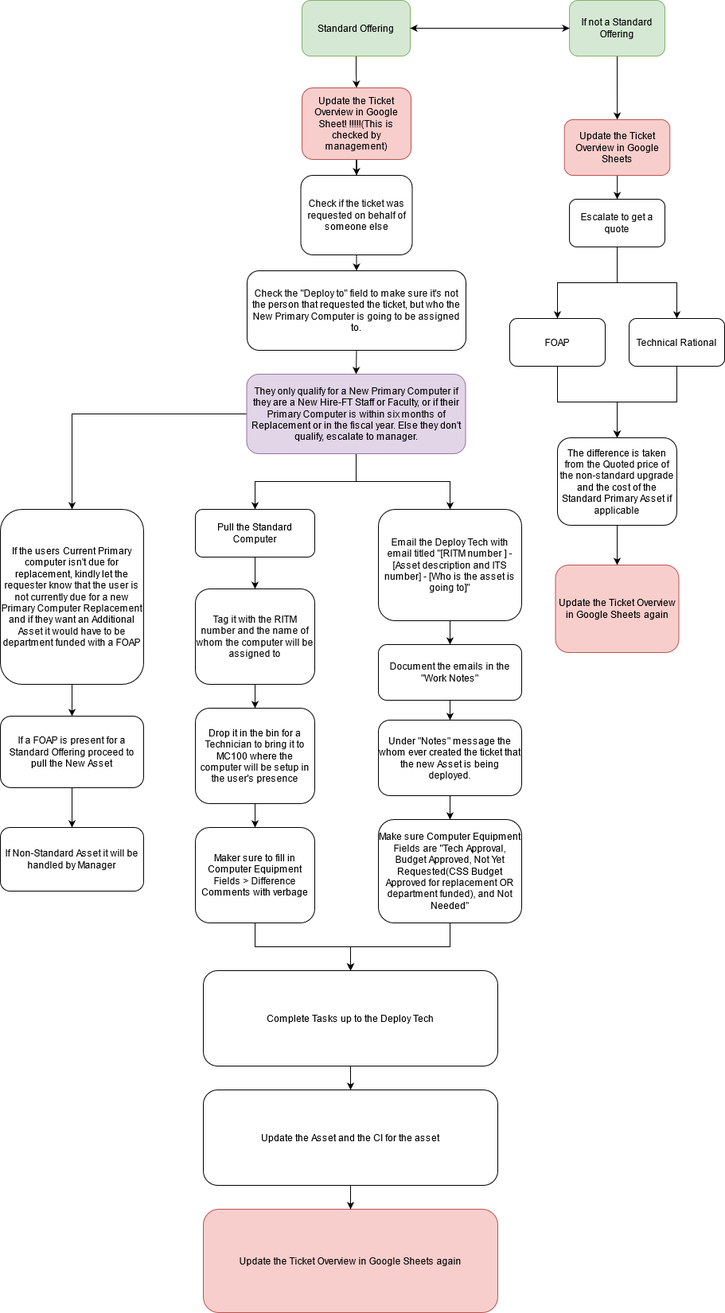
KevinWongCS/USFUSF keeps this draw.io diagram as Untitled Diagram.drawio.png. Above is the earlier version. Source tidied: cells renumbered, new cells last; positions are measured from the earlier drawing's top-left corner, leaving out a move shared by most shapes.
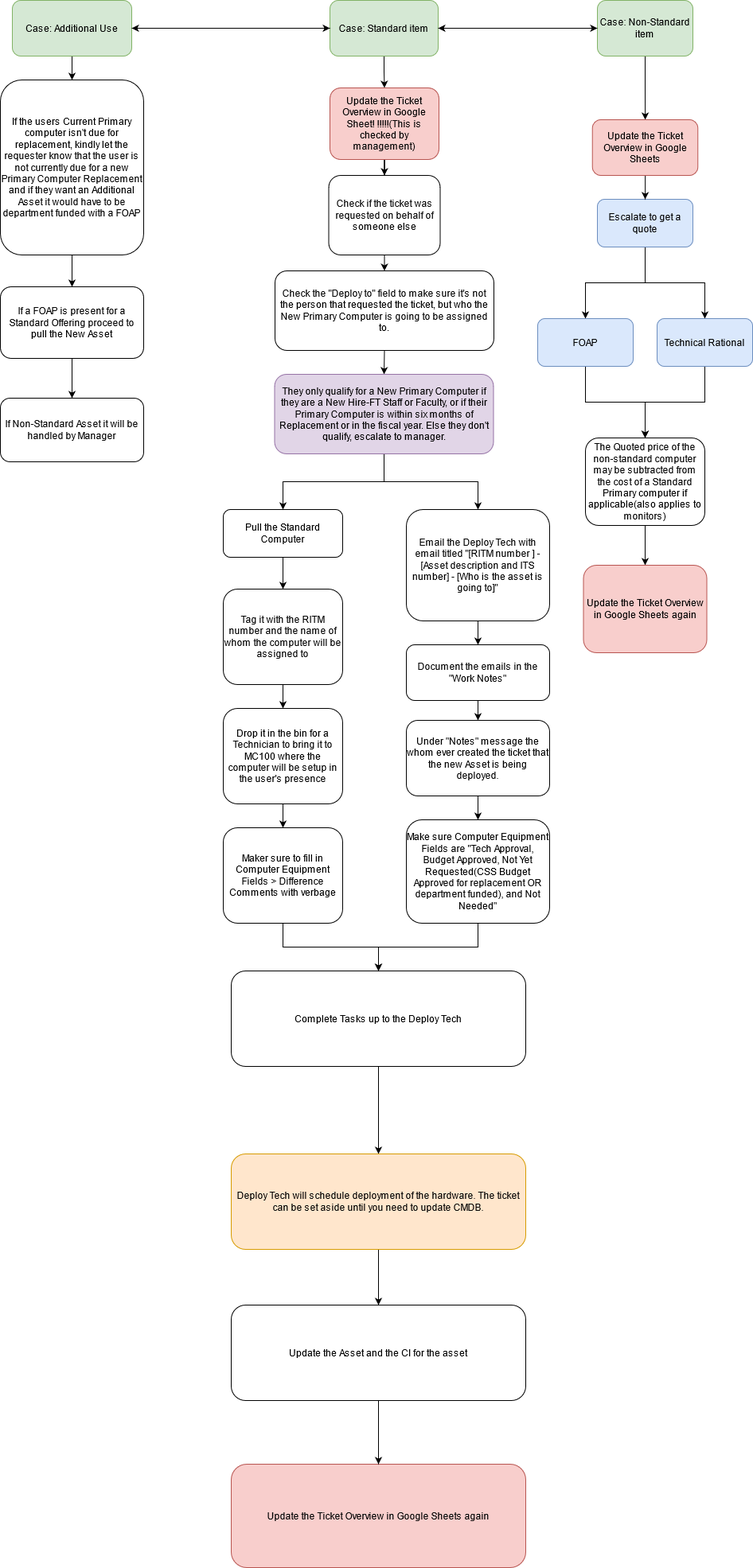
After the commit.

Change to the diagram source:
```diff
@@ -5,7 +5,7 @@
     <mxCell id="2" style="edgeStyle=orthogonalEdgeStyle;rounded=0;jettySize=auto;html=1;" parent="1" edge="1" source="3" target="13">
       <mxGeometry relative="1" as="geometry" />
     </mxCell>
-    <mxCell id="3" value="Standard Offering" style="rounded=1;whiteSpace=wrap;html=1;fillColor=#d5e8d4;strokeColor=#82b366;" parent="1" vertex="1">
+    <mxCell id="3" value="Case: Standard item" style="rounded=1;whiteSpace=wrap;html=1;fillColor=#d5e8d4;strokeColor=#82b366;" parent="1" vertex="1">
       <mxGeometry x="379" width="136" height="70" as="geometry" />
     </mxCell>
     <mxCell id="4" style="edgeStyle=orthogonalEdgeStyle;rounded=0;jettySize=auto;html=1;exitX=0.5;exitY=1;exitDx=0;exitDy=0;entryX=0.5;entryY=0;entryDx=0;entryDy=0;" parent="1" edge="1" target="7">
@@ -40,7 +40,7 @@
     <mxCell id="13" value="Update the Ticket Overview in Google Sheet! !!!!!(This is checked by management)" style="rounded=1;whiteSpace=wrap;html=1;fillColor=#f8cecc;strokeColor=#b85450;" parent="1" vertex="1">
       <mxGeometry x="379" y="110" width="137" height="90" as="geometry" />
     </mxCell>
-    <mxCell id="14" style="edgeStyle=orthogonalEdgeStyle;rounded=0;jettySize=auto;html=1;entryX=0.5;entryY=0;entryDx=0;entryDy=0;" parent="1" edge="1" source="17" target="21">
+    <mxCell id="14" style="edgeStyle=orthogonalEdgeStyle;rounded=0;jettySize=auto;html=1;entryX=0.5;entryY=0;entryDx=0;entryDy=0;startArrow=none;" parent="1" edge="1" source="56" target="21">
       <mxGeometry relative="1" as="geometry" />
     </mxCell>
     <mxCell id="15" style="edgeStyle=orthogonalEdgeStyle;rounded=0;jettySize=auto;html=1;entryX=0.5;entryY=0;entryDx=0;entryDy=0;" parent="1" edge="1" source="17" target="9">
@@ -62,7 +62,7 @@
       <mxGeometry relative="1" as="geometry" />
     </mxCell>
     <mxCell id="21" value="If the users Current Primary computer isn't due for replacement, kindly let the requester know that the user is not currently due for a new Primary Computer Replacement and if they want an Additional Asset it would have to be department funded with a FOAP" style="rounded=1;whiteSpace=wrap;html=1;" parent="1" vertex="1">
-      <mxGeometry y="640" width="180" height="220" as="geometry" />
+      <mxGeometry x="-35" y="100" width="180" height="220" as="geometry" />
     </mxCell>
     <mxCell id="22" style="edgeStyle=orthogonalEdgeStyle;rounded=0;jettySize=auto;html=1;" parent="1" edge="1" source="23" target="25">
       <mxGeometry relative="1" as="geometry" />
@@ -82,31 +82,31 @@
     <mxCell id="27" style="edgeStyle=orthogonalEdgeStyle;rounded=0;jettySize=auto;html=1;entryX=0.5;entryY=0;entryDx=0;entryDy=0;" parent="1" edge="1" source="28" target="32">
       <mxGeometry relative="1" as="geometry" />
     </mxCell>
-    <mxCell id="28" value="Escalate to get a quote" style="rounded=1;whiteSpace=wrap;html=1;" parent="1" vertex="1">
+    <mxCell id="28" value="Escalate to get a quote" style="rounded=1;whiteSpace=wrap;html=1;fillColor=#dae8fc;strokeColor=#6c8ebf;" parent="1" vertex="1">
       <mxGeometry x="715" y="250" width="120" height="60" as="geometry" />
     </mxCell>
     <mxCell id="29" style="edgeStyle=orthogonalEdgeStyle;rounded=0;jettySize=auto;html=1;" parent="1" edge="1" source="30" target="34">
       <mxGeometry relative="1" as="geometry" />
     </mxCell>
-    <mxCell id="30" value="FOAP" style="rounded=1;whiteSpace=wrap;html=1;" parent="1" vertex="1">
+    <mxCell id="30" value="FOAP" style="rounded=1;whiteSpace=wrap;html=1;fillColor=#dae8fc;strokeColor=#6c8ebf;" parent="1" vertex="1">
       <mxGeometry x="640" y="400" width="120" height="60" as="geometry" />
     </mxCell>
     <mxCell id="31" style="edgeStyle=orthogonalEdgeStyle;rounded=0;jettySize=auto;html=1;entryX=0.5;entryY=0;entryDx=0;entryDy=0;" parent="1" edge="1" source="32" target="34">
       <mxGeometry relative="1" as="geometry" />
     </mxCell>
-    <mxCell id="32" value="Technical Rational" style="rounded=1;whiteSpace=wrap;html=1;" parent="1" vertex="1">
+    <mxCell id="32" value="Technical Rational" style="rounded=1;whiteSpace=wrap;html=1;fillColor=#dae8fc;strokeColor=#6c8ebf;" parent="1" vertex="1">
       <mxGeometry x="790" y="400" width="120" height="60" as="geometry" />
     </mxCell>
     <mxCell id="33" style="edgeStyle=orthogonalEdgeStyle;rounded=0;jettySize=auto;html=1;" parent="1" edge="1" source="34" target="51">
       <mxGeometry relative="1" as="geometry" />
     </mxCell>
-    <mxCell id="34" value="The difference is taken from the Quoted price of the non-standard upgrade and the cost of the Standard Primary Asset if applicable" style="rounded=1;whiteSpace=wrap;html=1;" parent="1" vertex="1">
+    <mxCell id="34" value="The Quoted price of the non-standard computer may be subtracted from the cost of a Standard Primary computer if applicable(also applies to monitors)" style="rounded=1;whiteSpace=wrap;html=1;" parent="1" vertex="1">
       <mxGeometry x="700" y="550" width="150" height="110" as="geometry" />
     </mxCell>
     <mxCell id="35" style="edgeStyle=orthogonalEdgeStyle;rounded=0;jettySize=auto;html=1;" parent="1" edge="1" source="36" target="50">
       <mxGeometry relative="1" as="geometry" />
     </mxCell>
-    <mxCell id="36" value="If not a Standard Offering " style="rounded=1;whiteSpace=wrap;html=1;fillColor=#d5e8d4;strokeColor=#82b366;" parent="1" vertex="1">
+    <mxCell id="36" value="Case: Non-Standard item" style="rounded=1;whiteSpace=wrap;html=1;fillColor=#d5e8d4;strokeColor=#82b366;" parent="1" vertex="1">
       <mxGeometry x="715" width="120" height="70" as="geometry" />
     </mxCell>
     <mxCell id="37" style="edgeStyle=orthogonalEdgeStyle;rounded=0;jettySize=auto;html=1;" parent="1" edge="1" source="38" target="47">
@@ -119,14 +119,14 @@
       <mxGeometry relative="1" as="geometry" />
     </mxCell>
     <mxCell id="40" value="If a FOAP is present for a Standard Offering proceed to pull the New Asset " style="rounded=1;whiteSpace=wrap;html=1;" parent="1" vertex="1">
-      <mxGeometry y="900" width="180" height="90" as="geometry" />
+      <mxGeometry x="-35" y="360" width="180" height="90" as="geometry" />
     </mxCell>
     <mxCell id="41" value="If Non-Standard Asset it will be handled by Manager" style="rounded=1;whiteSpace=wrap;html=1;" parent="1" vertex="1">
-      <mxGeometry y="1040" width="180" height="80" as="geometry" />
+      <mxGeometry x="-35" y="500" width="180" height="80" as="geometry" />
     </mxCell>
-    <mxCell id="42" style="edgeStyle=orthogonalEdgeStyle;rounded=0;jettySize=auto;html=1;" parent="1" edge="1" source="43" target="53">
-      <mxGeometry relative="1" as="geometry" />
-    </mxCell>
+    <mxCell id="55" style="edgeStyle=orthogonalEdgeStyle;rounded=0;jettySize=auto;html=1;" parent="1" edge="1" source="43" target="59">
+      <mxGeometry relative="1" as="geometry" />
+    </mxCell>
     <mxCell id="43" value="Complete Tasks up to the Deploy Tech" style="rounded=1;whiteSpace=wrap;html=1;" parent="1" vertex="1">
       <mxGeometry x="255" y="1220" width="370" height="120" as="geometry" />
     </mxCell>
@@ -143,7 +143,7 @@
       <mxGeometry x="475" y="1030" width="180" height="130" as="geometry" />
     </mxCell>
     <mxCell id="48" value="Update the Ticket Overview in Google Sheets again" style="rounded=1;whiteSpace=wrap;html=1;fillColor=#f8cecc;strokeColor=#b85450;" parent="1" vertex="1">
-      <mxGeometry x="255" y="1520" width="370" height="130" as="geometry" />
+      <mxGeometry x="255" y="1840" width="370" height="130" as="geometry" />
     </mxCell>
     <mxCell id="49" style="edgeStyle=orthogonalEdgeStyle;rounded=0;jettySize=auto;html=1;" parent="1" edge="1" source="50" target="28">
       <mxGeometry relative="1" as="geometry" />
@@ -158,10 +158,22 @@
       <mxGeometry relative="1" as="geometry" />
     </mxCell>
     <mxCell id="53" value="Update the Asset and the CI for the asset " style="rounded=1;whiteSpace=wrap;html=1;" parent="1" vertex="1">
-      <mxGeometry x="255" y="1370" width="370" height="120" as="geometry" />
+      <mxGeometry x="255" y="1640" width="370" height="120" as="geometry" />
     </mxCell>
     <mxCell id="54" style="endArrow=classic;startArrow=classic;html=1;rounded=0;entryX=0;entryY=0.5;entryDx=0;entryDy=0;exitX=1;exitY=0.5;exitDx=0;exitDy=0;" parent="1" edge="1" source="3" target="36">
       <mxGeometry relative="1" as="geometry" />
     </mxCell>
+    <mxCell id="56" value="Case: Additional Use" style="rounded=1;whiteSpace=wrap;html=1;fillColor=#d5e8d4;strokeColor=#82b366;" parent="1" vertex="1">
+      <mxGeometry x="-20" width="150" height="70" as="geometry" />
+    </mxCell>
+    <mxCell id="57" style="endArrow=classic;startArrow=classic;html=1;rounded=0;exitX=1;exitY=0.5;exitDx=0;exitDy=0;entryX=0;entryY=0.5;entryDx=0;entryDy=0;" parent="1" edge="1" source="56" target="3">
+      <mxGeometry relative="1" as="geometry" />
+    </mxCell>
+    <mxCell id="58" style="edgeStyle=orthogonalEdgeStyle;rounded=0;jettySize=auto;html=1;" parent="1" edge="1" source="59" target="53">
+      <mxGeometry relative="1" as="geometry" />
+    </mxCell>
+    <mxCell id="59" value="Deploy Tech will schedule deployment of the hardware. The ticket can be set aside until you need to update CMDB." style="rounded=1;whiteSpace=wrap;html=1;fillColor=#ffe6cc;strokeColor=#d79b00;" parent="1" vertex="1">
+      <mxGeometry x="255" y="1450" width="370" height="120" as="geometry" />
+    </mxCell>
   </root>
 </mxGraphModel>
```
